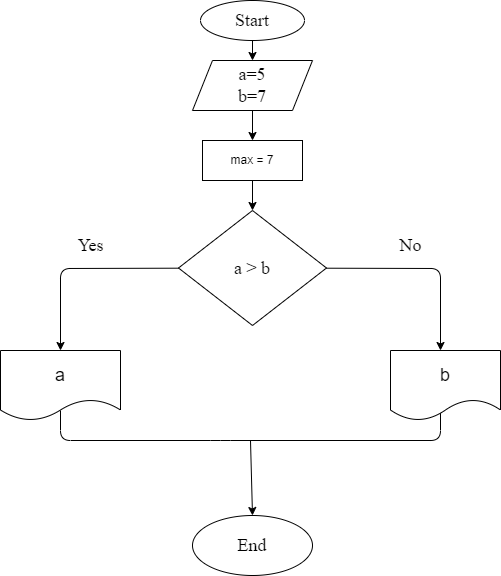
The draw.io diagram Ex001/ex001.drawio.png in Fearenok/Homework, before a commit. Source tidied: cells renumbered, new cells last; positions are measured from the earlier drawing's top-left corner, leaving out a move shared by most shapes.
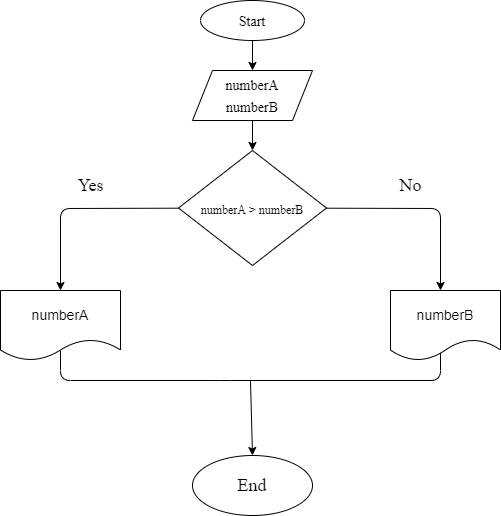
Above is the later version.

The edit, as a diff of the source:
```diff
@@ -5,14 +5,11 @@
     <mxCell id="2" style="edgeStyle=none;html=1;fontFamily=Times New Roman;fontSize=18;" parent="1" edge="1" source="3" target="5">
       <mxGeometry relative="1" as="geometry" />
     </mxCell>
-    <mxCell id="3" value="Start" style="ellipse;whiteSpace=wrap;html=1;fontFamily=Times New Roman;fontSize=18;" parent="1" vertex="1">
-      <mxGeometry x="200" width="104" height="40" as="geometry" />
+    <mxCell id="3" value="&lt;font style=&quot;font-size: 14px&quot;&gt;Start&lt;/font&gt;" style="ellipse;whiteSpace=wrap;html=1;fontFamily=Times New Roman;fontSize=18;" parent="1" vertex="1">
+      <mxGeometry x="200" y="60" width="104" height="40" as="geometry" />
     </mxCell>
-    <mxCell id="4" style="edgeStyle=none;html=1;exitX=0.5;exitY=1;exitDx=0;exitDy=0;entryX=0.5;entryY=0;entryDx=0;entryDy=0;" parent="1" edge="1" source="5" target="17">
-      <mxGeometry relative="1" as="geometry" />
-    </mxCell>
-    <mxCell id="5" value="a=5&lt;br&gt;b=7" style="shape=parallelogram;perimeter=parallelogramPerimeter;whiteSpace=wrap;html=1;fixedSize=1;fontSize=18;fontFamily=Times New Roman;" parent="1" vertex="1">
-      <mxGeometry x="192" y="60" width="120" height="50" as="geometry" />
+    <mxCell id="5" value="&lt;font style=&quot;font-size: 14px&quot;&gt;numberA&lt;br&gt;numberB&lt;/font&gt;" style="shape=parallelogram;perimeter=parallelogramPerimeter;whiteSpace=wrap;html=1;fixedSize=1;fontSize=18;fontFamily=Times New Roman;" parent="1" vertex="1">
+      <mxGeometry x="192" y="130" width="120" height="50" as="geometry" />
     </mxCell>
     <mxCell id="6" style="edgeStyle=none;html=1;fontFamily=Times New Roman;fontSize=18;" parent="1" edge="1" source="8">
       <mxGeometry relative="1" as="geometry">
@@ -30,7 +27,7 @@
         </Array>
       </mxGeometry>
     </mxCell>
-    <mxCell id="8" value="a &amp;gt; b" style="rhombus;whiteSpace=wrap;html=1;fontSize=18;fontFamily=Times New Roman;" parent="1" vertex="1">
+    <mxCell id="8" value="&lt;font style=&quot;font-size: 12px&quot;&gt;numberA &amp;gt; numberB&lt;/font&gt;" style="rhombus;whiteSpace=wrap;html=1;fontSize=18;fontFamily=Times New Roman;" parent="1" vertex="1">
       <mxGeometry x="178" y="210" width="148" height="115" as="geometry" />
     </mxCell>
     <mxCell id="9" value="Yes" style="text;html=1;align=center;verticalAlign=middle;strokeColor=none;fillColor=none;fontSize=18;fontFamily=Times New Roman;" parent="1" vertex="1">
@@ -58,17 +55,16 @@
         <mxPoint x="250" y="440" as="sourcePoint" />
       </mxGeometry>
     </mxCell>
-    <mxCell id="14" value="&lt;font style=&quot;font-size: 18px&quot;&gt;a&lt;/font&gt;" style="shape=document;whiteSpace=wrap;html=1;boundedLbl=1;" parent="1" vertex="1">
+    <mxCell id="14" value="&lt;font style=&quot;font-size: 14px&quot;&gt;numberA&lt;/font&gt;" style="shape=document;whiteSpace=wrap;html=1;boundedLbl=1;" parent="1" vertex="1">
       <mxGeometry y="350" width="120" height="70" as="geometry" />
     </mxCell>
-    <mxCell id="15" value="&lt;font style=&quot;font-size: 18px&quot;&gt;b&lt;/font&gt;" style="shape=document;whiteSpace=wrap;html=1;boundedLbl=1;" parent="1" vertex="1">
+    <mxCell id="15" value="&lt;font style=&quot;font-size: 14px&quot;&gt;numberB&lt;/font&gt;" style="shape=document;whiteSpace=wrap;html=1;boundedLbl=1;" parent="1" vertex="1">
       <mxGeometry x="390" y="350" width="110" height="70" as="geometry" />
     </mxCell>
-    <mxCell id="16" style="edgeStyle=none;html=1;exitX=0.5;exitY=1;exitDx=0;exitDy=0;entryX=0.5;entryY=0;entryDx=0;entryDy=0;" parent="1" edge="1" source="17" target="8">
-      <mxGeometry relative="1" as="geometry" />
+    <mxCell id="16" style="edgeStyle=none;html=1;exitX=0.5;exitY=1;exitDx=0;exitDy=0;entryX=0.5;entryY=0;entryDx=0;entryDy=0;" parent="1" edge="1" target="8">
+      <mxGeometry relative="1" as="geometry">
+        <mxPoint x="252" y="180" as="sourcePoint" />
+      </mxGeometry>
     </mxCell>
-    <mxCell id="17" value="max = 7" style="whiteSpace=wrap;html=1;" parent="1" vertex="1">
-      <mxGeometry x="202" y="140" width="100" height="40" as="geometry" />
-    </mxCell>
   </root>
 </mxGraphModel>
```
